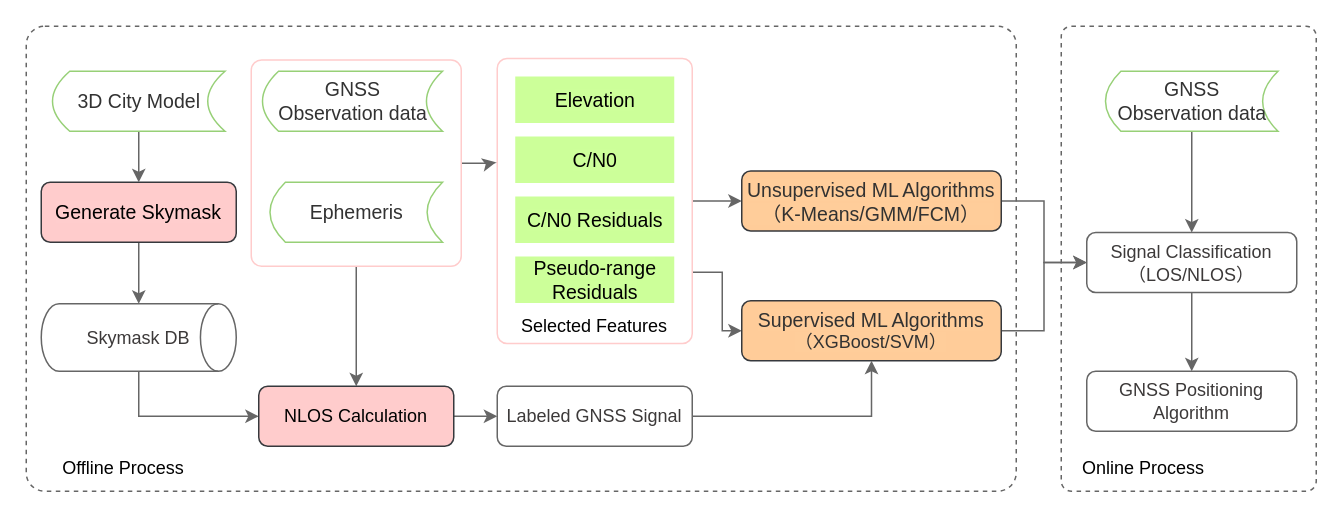
The draw.io diagram drawio/GNSS.drawio in huzihe/pyplot, before the edit. Source tidied: cells renumbered, new cells numbered last; positions are measured from the earlier drawing's top-left corner, leaving out a move shared by most shapes. Both pictures are drawn from the tidied source at 150%, with x=0, y=0 at pixel (26, 26).
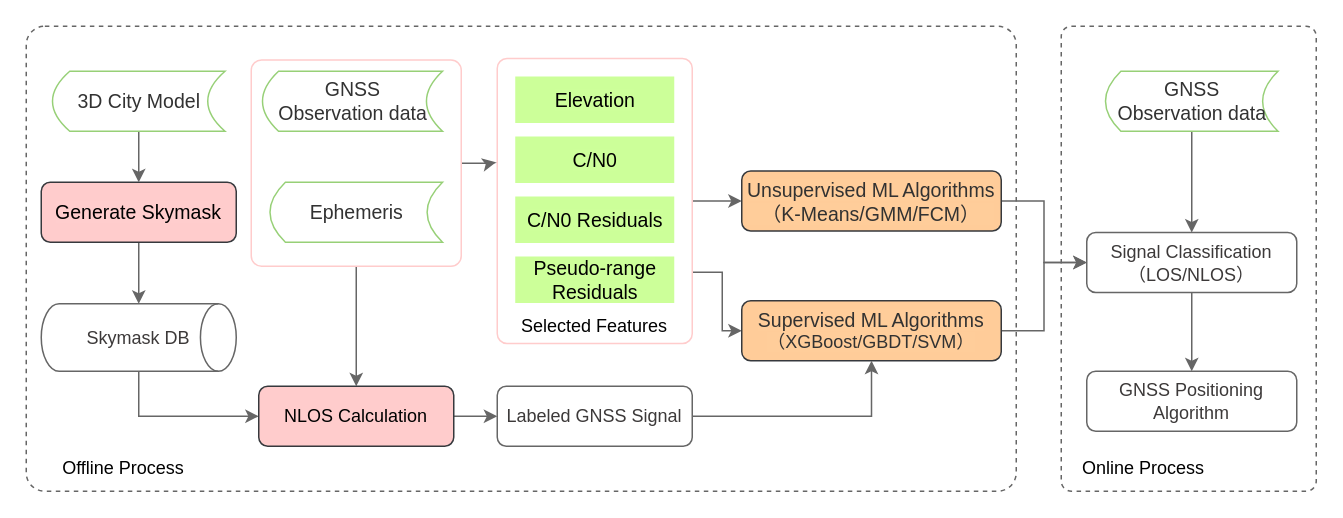
Above is the later version.

The edit, as a diff of the source:
```diff
@@
-    <mxCell id="17" value="&lt;span style=&quot;color: rgb(50 , 50 , 50) ; font-size: 13px ; background-color: rgba(255 , 255 , 255 , 0.01)&quot;&gt;Supervised ML Algorithms&lt;/span&gt;&lt;span style=&quot;color: rgb(50 , 50 , 50) ; font-size: inherit ; background-color: rgba(255 , 255 , 255 , 0.01)&quot;&gt;（XGBoost/SVM&lt;/span&gt;&lt;span style=&quot;color: rgb(50 , 50 , 50) ; font-size: inherit ; background-color: rgba(255 , 255 , 255 , 0.01)&quot;&gt;）&lt;/span&gt;" style="rounded=1;whiteSpace=wrap;html=1;fillColor=#ffcc99;strokeColor=#36393d;" parent="1" vertex="1">
+    <mxCell id="17" value="&lt;span style=&quot;color: rgb(50 , 50 , 50) ; font-size: 13px ; background-color: rgba(255 , 255 , 255 , 0.01)&quot;&gt;Supervised ML Algorithms&lt;/span&gt;&lt;span style=&quot;color: rgb(50 , 50 , 50) ; font-size: inherit ; background-color: rgba(255 , 255 , 255 , 0.01)&quot;&gt;（XGBoost/GBDT/SVM&lt;/span&gt;&lt;span style=&quot;color: rgb(50 , 50 , 50) ; font-size: inherit ; background-color: rgba(255 , 255 , 255 , 0.01)&quot;&gt;）&lt;/span&gt;" style="rounded=1;whiteSpace=wrap;html=1;fillColor=#ffcc99;strokeColor=#36393d;" parent="1" vertex="1">
       <mxGeometry x="477" y="183" width="173" height="40" as="geometry" />
     </mxCell>
```
